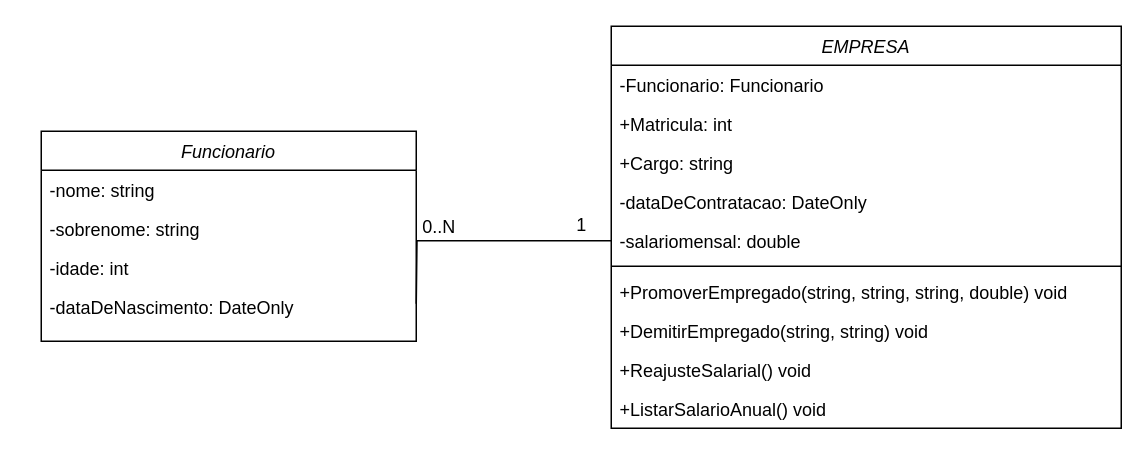
Above: Diagrama sem nome.drawio in PauloGioffi/Ex_CadastrarUsu-rio (draw.io), before the change. Source tidied: cells renumbered, new cells numbered last; positions are measured from the earlier drawing's top-left corner, leaving out a move shared by most shapes. Both pictures are drawn from the tidied source at 150%, with x=0, y=0 at pixel (40, 26).
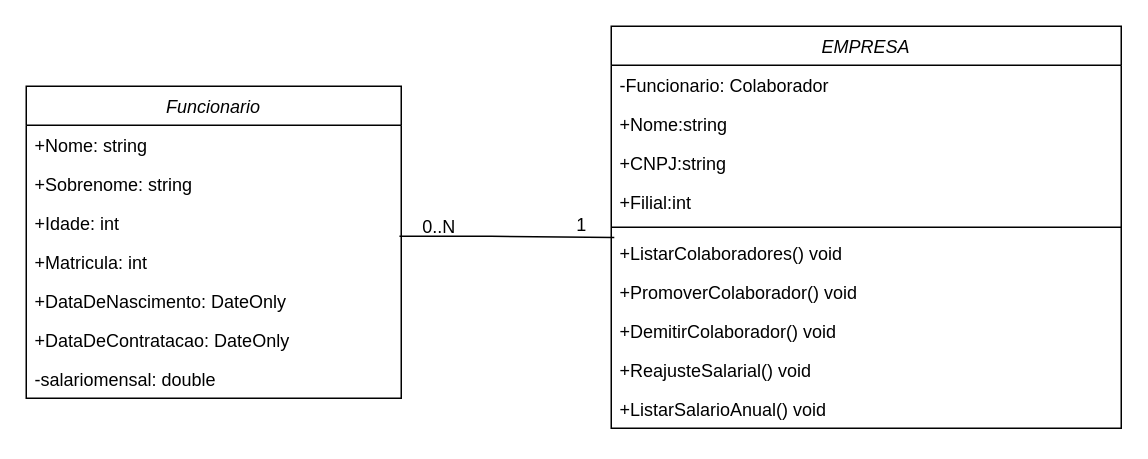
Above is the later version.

The change refers to these unchanged cells:
```xml
<mxCell id="7" value="EMPRESA" style="swimlane;fontStyle=2;align=center;verticalAlign=top;horizontal=1;startSize=26;rounded=0;shadow=0;strokeWidth=1;" parent="1" vertex="1">
  <mxGeometry x="380" width="340" height="268" as="geometry" />
</mxCell>
<mxCell id="19" value="0..N" style="text;html=1;align=center;verticalAlign=middle;points=[];strokeColor=none;fillColor=none;" parent="1" vertex="1">
  <mxGeometry x="240" y="119" width="50" height="30" as="geometry" />
</mxCell>
```

Diff of the diagram source:
```diff
@@
     <mxCell id="2" value="Funcionario" style="swimlane;fontStyle=2;align=center;verticalAlign=top;horizontal=1;startSize=26;rounded=0;shadow=0;strokeWidth=1;" parent="1" vertex="1">
-      <mxGeometry y="70" width="250" height="140" as="geometry" />
+      <mxGeometry x="-10" y="40" width="250" height="208" as="geometry" />
     </mxCell>
-    <mxCell id="3" value="-nome: string" style="text;align=left;verticalAlign=top;spacingLeft=4;spacingRight=4;overflow=hidden;" parent="2" vertex="1">
+    <mxCell id="3" value="+Nome: string" style="text;align=left;verticalAlign=top;spacingLeft=4;spacingRight=4;overflow=hidden;" parent="2" vertex="1">
       <mxGeometry y="26" width="250" height="26" as="geometry" />
     </mxCell>
-    <mxCell id="4" value="-sobrenome: string" style="text;align=left;verticalAlign=top;spacingLeft=4;spacingRight=4;overflow=hidden;" parent="2" vertex="1">
+    <mxCell id="4" value="+Sobrenome: string" style="text;align=left;verticalAlign=top;spacingLeft=4;spacingRight=4;overflow=hidden;" parent="2" vertex="1">
       <mxGeometry y="52" width="250" height="26" as="geometry" />
     </mxCell>
-    <mxCell id="5" value="-idade: int" style="text;align=left;verticalAlign=top;spacingLeft=4;spacingRight=4;overflow=hidden;rounded=0;shadow=0;html=0;" parent="2" vertex="1">
+    <mxCell id="5" value="+Idade: int" style="text;align=left;verticalAlign=top;spacingLeft=4;spacingRight=4;overflow=hidden;rounded=0;shadow=0;html=0;" parent="2" vertex="1">
       <mxGeometry y="78" width="250" height="26" as="geometry" />
     </mxCell>
+    <mxCell id="9" value="+Matricula: int" style="text;align=left;verticalAlign=top;spacingLeft=4;spacingRight=4;overflow=hidden;rounded=0;shadow=0;html=0;" parent="2" vertex="1">
+      <mxGeometry y="104" width="250" height="26" as="geometry" />
+    </mxCell>
-    <mxCell id="6" value="-dataDeNascimento: DateOnly&#10;" style="text;align=left;verticalAlign=top;spacingLeft=4;spacingRight=4;overflow=hidden;rounded=0;shadow=0;html=0;" parent="2" vertex="1">
-      <mxGeometry y="104" width="250" height="26" as="geometry" />
+    <mxCell id="6" value="+DataDeNascimento: DateOnly&#10;" style="text;align=left;verticalAlign=top;spacingLeft=4;spacingRight=4;overflow=hidden;rounded=0;shadow=0;html=0;" parent="2" vertex="1">
+      <mxGeometry y="130" width="250" height="26" as="geometry" />
     </mxCell>
+    <mxCell id="11" value="+DataDeContratacao: DateOnly" style="text;align=left;verticalAlign=top;spacingLeft=4;spacingRight=4;overflow=hidden;rounded=0;shadow=0;html=0;" parent="2" vertex="1">
+      <mxGeometry y="156" width="250" height="26" as="geometry" />
+    </mxCell>
+    <mxCell id="12" value="-salariomensal: double" style="text;align=left;verticalAlign=top;spacingLeft=4;spacingRight=4;overflow=hidden;points=[[0,0.5],[1,0.5]];portConstraint=eastwest;rounded=0;shadow=0;html=0;" parent="2" vertex="1">
+      <mxGeometry y="182" width="250" height="26" as="geometry" />
+    </mxCell>
@@
-    <mxCell id="8" value="-Funcionario: Funcionario" style="text;align=left;verticalAlign=top;spacingLeft=4;spacingRight=4;overflow=hidden;" parent="7" vertex="1">
+    <mxCell id="8" value="-Funcionario: Colaborador" style="text;align=left;verticalAlign=top;spacingLeft=4;spacingRight=4;overflow=hidden;" parent="7" vertex="1">
       <mxGeometry y="26" width="340" height="26" as="geometry" />
     </mxCell>
-    <mxCell id="9" value="+Matricula: int" style="text;align=left;verticalAlign=top;spacingLeft=4;spacingRight=4;overflow=hidden;rounded=0;shadow=0;html=0;" parent="7" vertex="1">
-      <mxGeometry y="52" width="340" height="26" as="geometry" />
-    </mxCell>
-    <mxCell id="10" value="+Cargo: string" style="text;align=left;verticalAlign=top;spacingLeft=4;spacingRight=4;overflow=hidden;rounded=0;shadow=0;html=0;" parent="7" vertex="1">
-      <mxGeometry y="78" width="340" height="26" as="geometry" />
-    </mxCell>
-    <mxCell id="11" value="-dataDeContratacao: DateOnly" style="text;align=left;verticalAlign=top;spacingLeft=4;spacingRight=4;overflow=hidden;rounded=0;shadow=0;html=0;" parent="7" vertex="1">
-      <mxGeometry y="104" width="340" height="26" as="geometry" />
-    </mxCell>
-    <mxCell id="12" value="-salariomensal: double" style="text;align=left;verticalAlign=top;spacingLeft=4;spacingRight=4;overflow=hidden;points=[[0,0.5],[1,0.5]];portConstraint=eastwest;rounded=0;shadow=0;html=0;" parent="7" vertex="1">
-      <mxGeometry y="130" width="340" height="26" as="geometry" />
-    </mxCell>
+    <mxCell id="21" value="+Nome:string" style="text;align=left;verticalAlign=top;spacingLeft=4;spacingRight=4;overflow=hidden;" parent="7" vertex="1">
+      <mxGeometry y="52" width="340" height="26" as="geometry" />
+    </mxCell>
+    <mxCell id="22" value="+CNPJ:string" style="text;align=left;verticalAlign=top;spacingLeft=4;spacingRight=4;overflow=hidden;" parent="7" vertex="1">
+      <mxGeometry y="78" width="340" height="26" as="geometry" />
+    </mxCell>
+    <mxCell id="23" value="+Filial:int" style="text;align=left;verticalAlign=top;spacingLeft=4;spacingRight=4;overflow=hidden;" parent="7" vertex="1">
+      <mxGeometry y="104" width="340" height="26" as="geometry" />
+    </mxCell>
     <mxCell id="13" style="line;html=1;strokeWidth=1;align=left;verticalAlign=middle;spacingTop=-1;spacingLeft=3;spacingRight=3;labelPosition=right;" parent="7" vertex="1">
-      <mxGeometry y="156" width="340" height="8" as="geometry" />
+      <mxGeometry y="130" width="340" height="8" as="geometry" />
     </mxCell>
+    <mxCell id="24" value="+ListarColaboradores() void" style="text;align=left;verticalAlign=top;spacingLeft=4;spacingRight=4;overflow=hidden;points=[[0,0.5],[1,0.5]];portConstraint=eastwest;" parent="7" vertex="1">
+      <mxGeometry y="138" width="340" height="26" as="geometry" />
+    </mxCell>
-    <mxCell id="14" value="+PromoverEmpregado(string, string, string, double) void" style="text;align=left;verticalAlign=top;spacingLeft=4;spacingRight=4;overflow=hidden;" parent="7" vertex="1">
+    <mxCell id="14" value="+PromoverColaborador() void" style="text;align=left;verticalAlign=top;spacingLeft=4;spacingRight=4;overflow=hidden;" parent="7" vertex="1">
       <mxGeometry y="164" width="340" height="26" as="geometry" />
     </mxCell>
-    <mxCell id="15" value="+DemitirEmpregado(string, string) void" style="text;align=left;verticalAlign=top;spacingLeft=4;spacingRight=4;overflow=hidden;" parent="7" vertex="1">
+    <mxCell id="15" value="+DemitirColaborador() void" style="text;align=left;verticalAlign=top;spacingLeft=4;spacingRight=4;overflow=hidden;" parent="7" vertex="1">
       <mxGeometry y="190" width="340" height="26" as="geometry" />
     </mxCell>
@@
-    <mxCell id="18" style="rounded=0;jettySize=auto;html=1;exitX=0;exitY=0.5;exitDx=0;exitDy=0;strokeColor=default;endArrow=none;endFill=0;entryX=1;entryY=0.5;entryDx=0;entryDy=0;edgeStyle=orthogonalEdgeStyle;" parent="1" edge="1" source="12">
-      <mxGeometry relative="1" as="geometry">
-        <mxPoint x="250" y="185" as="targetPoint" />
-      </mxGeometry>
-    </mxCell>
@@
+    <mxCell id="25" style="endArrow=none;html=1;rounded=0;entryX=0.006;entryY=0.108;entryDx=0;entryDy=0;entryPerimeter=0;exitX=-0.024;exitY=0.7;exitDx=0;exitDy=0;exitPerimeter=0;" parent="1" edge="1" source="19" target="24">
+      <mxGeometry relative="1" as="geometry">
+        <Array as="points">
+          <mxPoint x="300" y="140" />
+        </Array>
+      </mxGeometry>
+    </mxCell>
```
